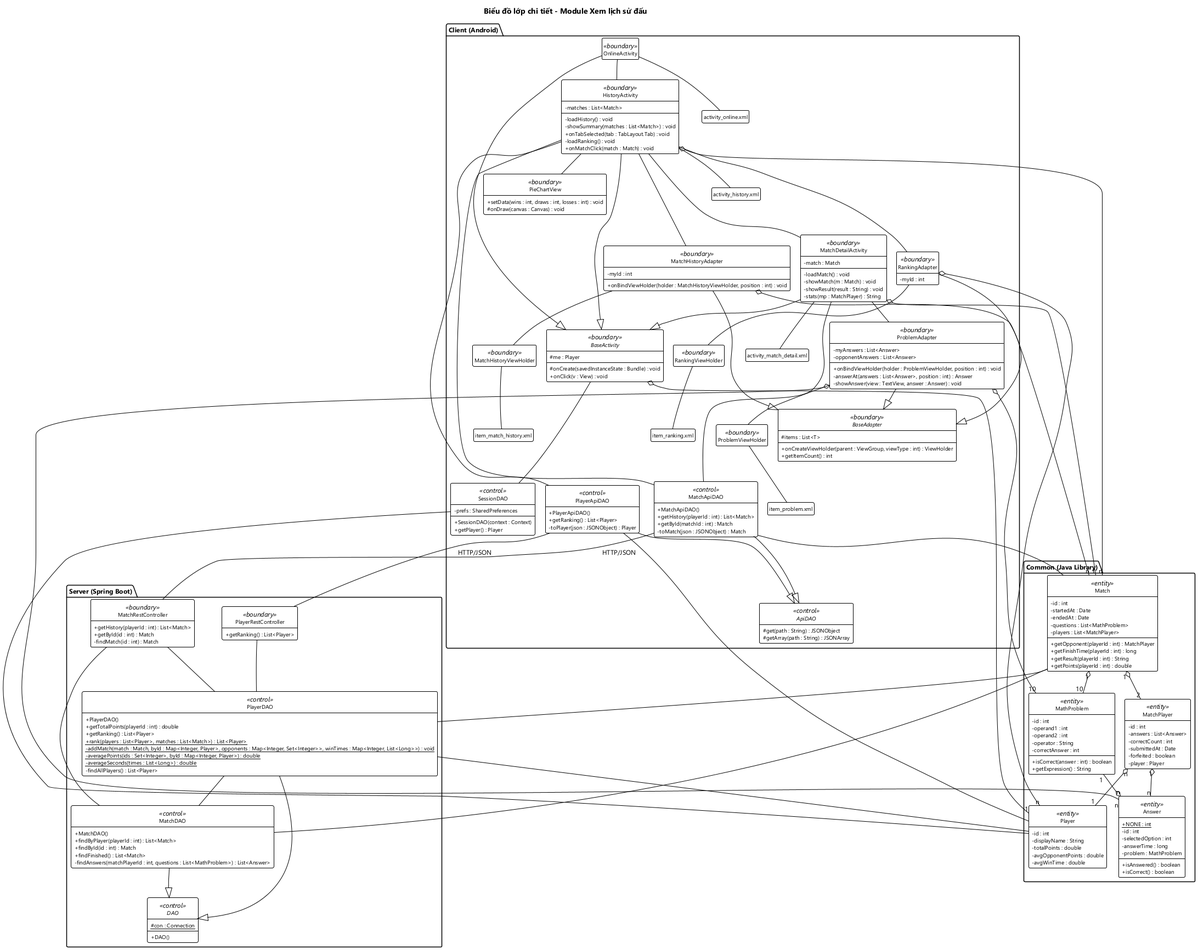
The PlantUML diagram docs/hung/lop-thiet-ke-uc04.png in HungNguyenBa1811/math-dash, before a commit.
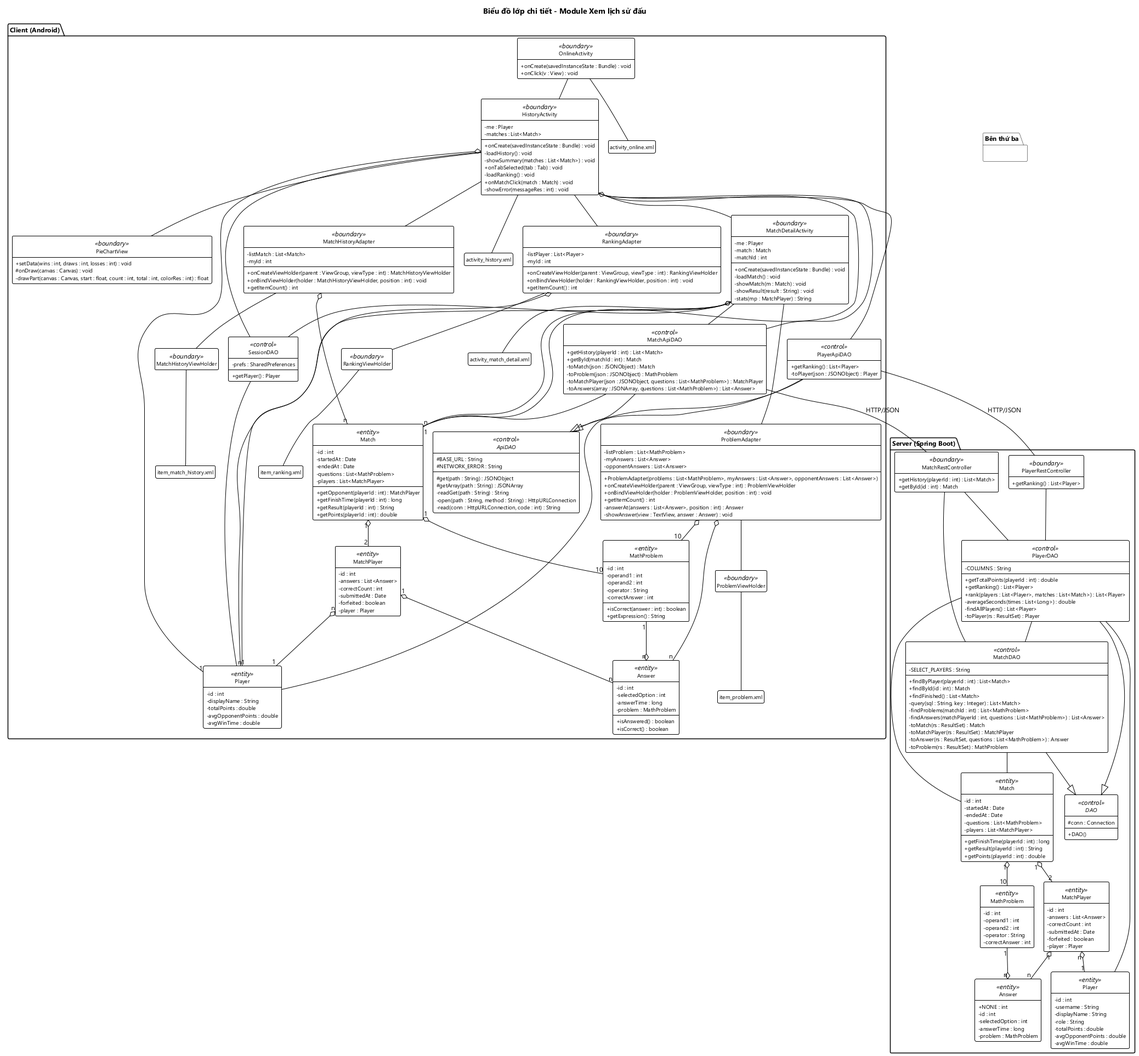
The same file after the commit.

Change to the diagram source:
```diff
@@ -3,51 +3,60 @@
 title Biểu đồ lớp chi tiết - Module Xem lịch sử đấu
 
 package "Client (Android)" as PC {
-  abstract class BaseActivity <<boundary>> {
-    # me : Player
-    # onCreate(savedInstanceState : Bundle) : void
+  class OnlineActivity <<boundary>> {
+    + onCreate(savedInstanceState : Bundle) : void
     + onClick(v : View) : void
   }
-  abstract class BaseAdapter <<boundary>> {
-    # items : List<T>
-    + onCreateViewHolder(parent : ViewGroup, viewType : int) : ViewHolder
-    + getItemCount() : int
-  }
-  class OnlineActivity <<boundary>> {
-
-  }
   class HistoryActivity <<boundary>> {
+    - me : Player
     - matches : List<Match>
+    + onCreate(savedInstanceState : Bundle) : void
     - loadHistory() : void
     - showSummary(matches : List<Match>) : void
-    + onTabSelected(tab : TabLayout.Tab) : void
+    + onTabSelected(tab : Tab) : void
     - loadRanking() : void
     + onMatchClick(match : Match) : void
+    - showError(messageRes : int) : void
   }
   class PieChartView <<boundary>> {
     + setData(wins : int, draws : int, losses : int) : void
     # onDraw(canvas : Canvas) : void
+    - drawPart(canvas : Canvas, start : float, count : int, total : int, colorRes : int) : float
   }
   class MatchHistoryAdapter <<boundary>> {
+    - listMatch : List<Match>
     - myId : int
+    + onCreateViewHolder(parent : ViewGroup, viewType : int) : MatchHistoryViewHolder
     + onBindViewHolder(holder : MatchHistoryViewHolder, position : int) : void
+    + getItemCount() : int
   }
   class MatchHistoryViewHolder <<boundary>>
   class RankingAdapter <<boundary>> {
+    - listPlayer : List<Player>
     - myId : int
+    + onCreateViewHolder(parent : ViewGroup, viewType : int) : RankingViewHolder
+    + onBindViewHolder(holder : RankingViewHolder, position : int) : void
+    + getItemCount() : int
   }
   class RankingViewHolder <<boundary>>
   class MatchDetailActivity <<boundary>> {
+    - me : Player
     - match : Match
+    - matchId : int
+    + onCreate(savedInstanceState : Bundle) : void
     - loadMatch() : void
     - showMatch(m : Match) : void
     - showResult(result : String) : void
     - stats(mp : MatchPlayer) : String
   }
   class ProblemAdapter <<boundary>> {
+    - listProblem : List<MathProblem>
     - myAnswers : List<Answer>
     - opponentAnswers : List<Answer>
+    + ProblemAdapter(problems : List<MathProblem>, myAnswers : List<Answer>, opponentAnswers : List<Answer>)
+    + onCreateViewHolder(parent : ViewGroup, viewType : int) : ProblemViewHolder
     + onBindViewHolder(holder : ProblemViewHolder, position : int) : void
+    + getItemCount() : int
     - answerAt(answers : List<Answer>, position : int) : Answer
     - showAnswer(view : TextView, answer : Answer) : void
   }
@@ -60,27 +69,29 @@
   class "item_problem.xml" as xmlItemProblem
   class SessionDAO <<control>> {
     - prefs : SharedPreferences
-    + SessionDAO(context : Context)
     + getPlayer() : Player
   }
   abstract class ApiDAO <<control>> {
+    # BASE_URL : String
+    # NETWORK_ERROR : String
     # get(path : String) : JSONObject
     # getArray(path : String) : JSONArray
+    - readGet(path : String) : String
+    - open(path : String, method : String) : HttpURLConnection
+    - read(conn : HttpURLConnection, code : int) : String
   }
   class MatchApiDAO <<control>> {
-    + MatchApiDAO()
     + getHistory(playerId : int) : List<Match>
     + getById(matchId : int) : Match
     - toMatch(json : JSONObject) : Match
+    - toProblem(json : JSONObject) : MathProblem
+    - toMatchPlayer(json : JSONObject, questions : List<MathProblem>) : MatchPlayer
+    - toAnswers(array : JSONArray, questions : List<MathProblem>) : List<Answer>
   }
   class PlayerApiDAO <<control>> {
-    + PlayerApiDAO()
     + getRanking() : List<Player>
     - toPlayer(json : JSONObject) : Player
   }
-}
-
-package "Common (Java Library)" as PM {
   class Player <<entity>> {
     - id : int
     - displayName : String
@@ -107,15 +118,6 @@
     - forfeited : boolean
     - player : Player
   }
-  class Answer <<entity>> {
-    + {static} NONE : int
-    - id : int
-    - selectedOption : int
-    - answerTime : long
-    - problem : MathProblem
-    + isAnswered() : boolean
-    + isCorrect() : boolean
-  }
   class MathProblem <<entity>> {
     - id : int
     - operand1 : int
@@ -125,72 +127,124 @@
     + isCorrect(answer : int) : boolean
     + getExpression() : String
   }
+  class Answer <<entity>> {
+    - id : int
+    - selectedOption : int
+    - answerTime : long
+    - problem : MathProblem
+    + isAnswered() : boolean
+    + isCorrect() : boolean
+  }
+}
+
+package "Bên thứ ba" as PT {
 }
 
 package "Server (Spring Boot)" as PS {
   class MatchRestController <<boundary>> {
     + getHistory(playerId : int) : List<Match>
     + getById(id : int) : Match
-    - findMatch(id : int) : Match
   }
   class PlayerRestController <<boundary>> {
     + getRanking() : List<Player>
   }
-  abstract class "DAO" as SDAO <<control>> {
-    # {static} con : Connection
-    + DAO()
-  }
   class MatchDAO <<control>> {
-    + MatchDAO()
+    - SELECT_PLAYERS : String
     + findByPlayer(playerId : int) : List<Match>
     + findById(id : int) : Match
     + findFinished() : List<Match>
+    - query(sql : String, key : Integer) : List<Match>
+    - findProblems(matchId : int) : List<MathProblem>
     - findAnswers(matchPlayerId : int, questions : List<MathProblem>) : List<Answer>
+    - toMatch(rs : ResultSet) : Match
+    - toMatchPlayer(rs : ResultSet) : MatchPlayer
+    - toAnswer(rs : ResultSet, questions : List<MathProblem>) : Answer
+    - toProblem(rs : ResultSet) : MathProblem
   }
   class PlayerDAO <<control>> {
-    + PlayerDAO()
+    - COLUMNS : String
     + getTotalPoints(playerId : int) : double
     + getRanking() : List<Player>
-    + {static} rank(players : List<Player>, matches : List<Match>) : List<Player>
-    - {static} addMatch(match : Match, byId : Map<Integer, Player>, opponents : Map<Integer, Set<Integer>>, winTimes : Map<Integer, List<Long>>) : void
-    - {static} averagePoints(ids : Set<Integer>, byId : Map<Integer, Player>) : double
-    - {static} averageSeconds(times : List<Long>) : double
+    + rank(players : List<Player>, matches : List<Match>) : List<Player>
+    - averageSeconds(times : List<Long>) : double
     - findAllPlayers() : List<Player>
+    - toPlayer(rs : ResultSet) : Player
+  }
+  abstract class "DAO" as SDAO <<control>> {
+    # conn : Connection
+    + DAO()
+  }
+  class "Player" as SPlayer <<entity>> {
+    - id : int
+    - username : String
+    - displayName : String
+    - role : String
+    - totalPoints : double
+    - avgOpponentPoints : double
+    - avgWinTime : double
+  }
+  class "Match" as SMatch <<entity>> {
+    - id : int
+    - startedAt : Date
+    - endedAt : Date
+    - questions : List<MathProblem>
+    - players : List<MatchPlayer>
+    + getFinishTime(playerId : int) : long
+    + getResult(playerId : int) : String
+    + getPoints(playerId : int) : double
+  }
+  class "MatchPlayer" as SMatchPlayer <<entity>> {
+    - id : int
+    - answers : List<Answer>
+    - correctCount : int
+    - submittedAt : Date
+    - forfeited : boolean
+    - player : Player
+  }
+  class "MathProblem" as SMathProblem <<entity>> {
+    - id : int
+    - operand1 : int
+    - operand2 : int
+    - operator : String
+    - correctAnswer : int
+  }
+  class "Answer" as SAnswer <<entity>> {
+    + NONE : int
+    - id : int
+    - selectedOption : int
+    - answerTime : long
+    - problem : MathProblem
   }
 }
 
-OnlineActivity --|> BaseActivity
-HistoryActivity --|> BaseActivity
-MatchDetailActivity --|> BaseActivity
-MatchHistoryAdapter --|> BaseAdapter
-RankingAdapter --|> BaseAdapter
-ProblemAdapter --|> BaseAdapter
-BaseActivity o-- "1" Player
-BaseActivity -- SessionDAO
+OnlineActivity -- xmlOnline
 OnlineActivity -- HistoryActivity
-HistoryActivity -- MatchDetailActivity
+HistoryActivity -- xmlHistory
 HistoryActivity -- PieChartView
 HistoryActivity -- MatchHistoryAdapter
 HistoryActivity -- RankingAdapter
+HistoryActivity -- MatchDetailActivity
+HistoryActivity -- SessionDAO
+HistoryActivity -- MatchApiDAO
+HistoryActivity -- PlayerApiDAO
+HistoryActivity o-- "1" Player
+HistoryActivity o-- "n" Match
 MatchHistoryAdapter -- MatchHistoryViewHolder
+MatchHistoryViewHolder -- xmlItemMatch
+MatchHistoryAdapter o-- "n" Match
 RankingAdapter -- RankingViewHolder
+RankingViewHolder -- xmlItemRanking
+RankingAdapter o-- "n" Player
+MatchDetailActivity -- xmlDetail
 MatchDetailActivity -- ProblemAdapter
+MatchDetailActivity -- SessionDAO
+MatchDetailActivity -- MatchApiDAO
+MatchDetailActivity o-- "1" Player
+MatchDetailActivity o-- "1" Match
 ProblemAdapter -- ProblemViewHolder
-OnlineActivity -- xmlOnline
-HistoryActivity -- xmlHistory
-MatchHistoryViewHolder -- xmlItemMatch
-RankingViewHolder -- xmlItemRanking
-MatchDetailActivity -- xmlDetail
 ProblemViewHolder -- xmlItemProblem
-HistoryActivity o-- "n" Match
-MatchHistoryAdapter o-- "n" Match
-RankingAdapter o-- "n" Player
-MatchDetailActivity o-- "1" Match
 ProblemAdapter o-- "10" MathProblem
 ProblemAdapter o-- "n" Answer
-HistoryActivity -- MatchApiDAO
-HistoryActivity -- PlayerApiDAO
-MatchDetailActivity -- MatchApiDAO
 MatchApiDAO --|> ApiDAO
 PlayerApiDAO --|> ApiDAO
 SessionDAO -- Player
@@ -209,35 +263,19 @@
 PlayerDAO -- MatchDAO
 MatchDAO --|> SDAO
 PlayerDAO --|> SDAO
-MatchDAO -- Match
-PlayerDAO -- Player
-PlayerDAO -- Match
+MatchDAO -- SMatch
+PlayerDAO -- SPlayer
+PlayerDAO -- SMatch
+
+SMatch "1" o-- "2" SMatchPlayer
+SMatch "1" o-- "10" SMathProblem
+SMatchPlayer "n" o-- "1" SPlayer
+SMatchPlayer "1" o-- "n" SAnswer
+SMathProblem "1" --o "n" SAnswer
 
 MatchApiDAO -- MatchRestController : HTTP/JSON
 PlayerApiDAO -- PlayerRestController : HTTP/JSON
 
-OnlineActivity -[hidden]down- HistoryActivity
-xmlOnline -[hidden]down- xmlHistory
-HistoryActivity -[hidden]down- PieChartView
-xmlHistory -[hidden]down- MatchHistoryAdapter
-xmlHistory -[hidden]down- RankingAdapter
-xmlHistory -[hidden]down- MatchDetailActivity
-PieChartView -[hidden]down- MatchHistoryViewHolder
-MatchHistoryAdapter -[hidden]down- RankingViewHolder
-RankingAdapter -[hidden]down- ProblemAdapter
-MatchDetailActivity -[hidden]down- xmlDetail
-MatchHistoryViewHolder -[hidden]down- xmlItemMatch
-RankingViewHolder -[hidden]down- xmlItemRanking
-ProblemAdapter -[hidden]down- ProblemViewHolder
-xmlItemMatch -[hidden]down- xmlItemProblem
-xmlItemRanking -[hidden]down- SessionDAO
-ProblemViewHolder -[hidden]down- MatchApiDAO
-ProblemViewHolder -[hidden]down- PlayerApiDAO
-xmlItemProblem -[hidden]down- ApiDAO
-MatchPlayer -[hidden]down- Answer
-MatchRestController -[hidden]down- MatchDAO
-PlayerRestController -[hidden]down- PlayerDAO
-MatchDAO -[hidden]down- SDAO
-PC -[hidden]down- PM
-PM -[hidden]down- PS
+PC -[hidden]down- PT
+PT -[hidden]down- PS
 @enduml
```
